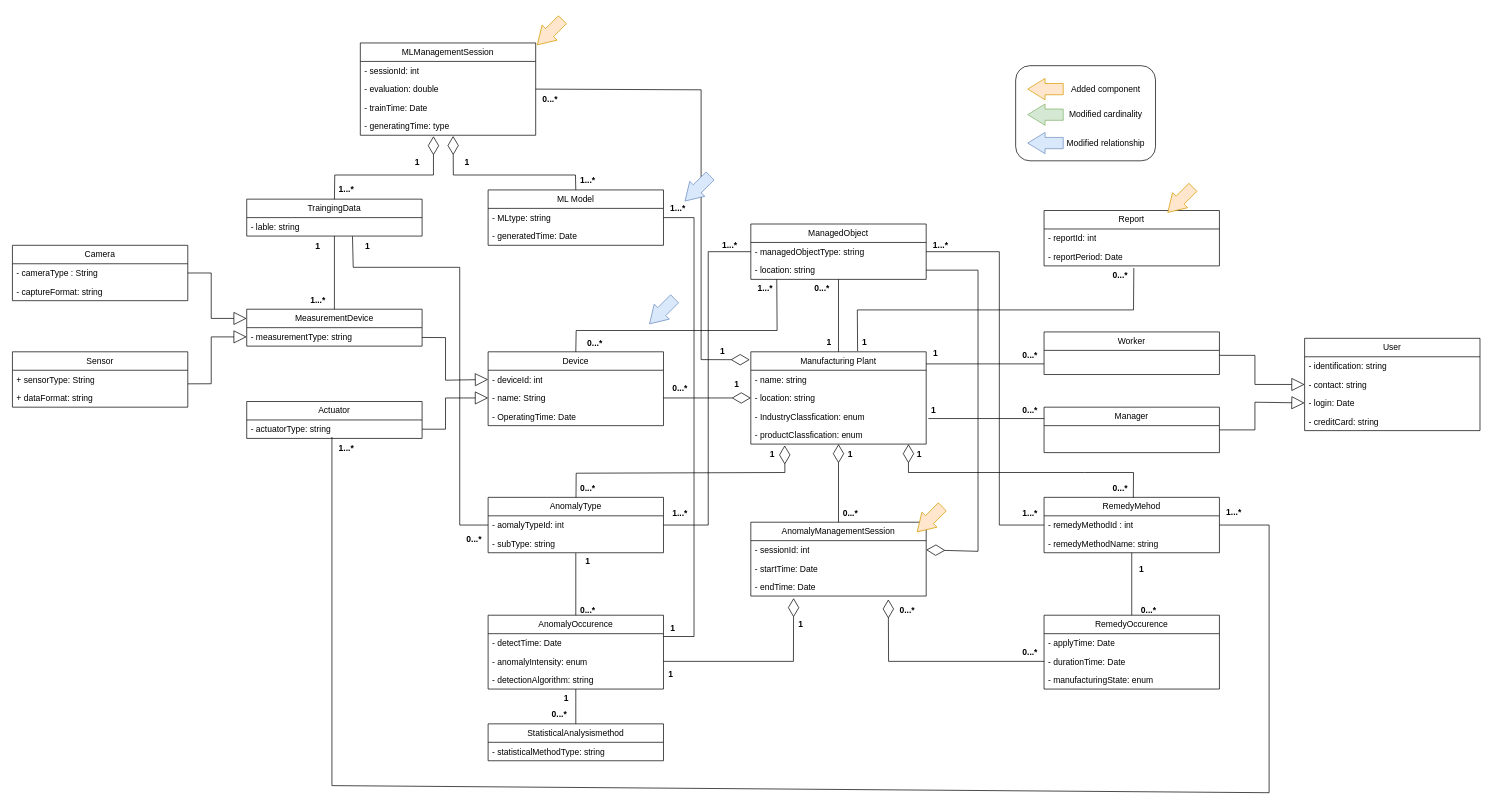
Earlier version of the draw.io diagram class_diagram_refine2.drawio (ShineSoYoung/TEST). Source tidied: cells renumbered, new cells numbered last; positions are measured from the earlier drawing's top-left corner, leaving out a move shared by most shapes. Both pictures are drawn from the tidied source at 71%, with x=0, y=0 at pixel (12, 21).
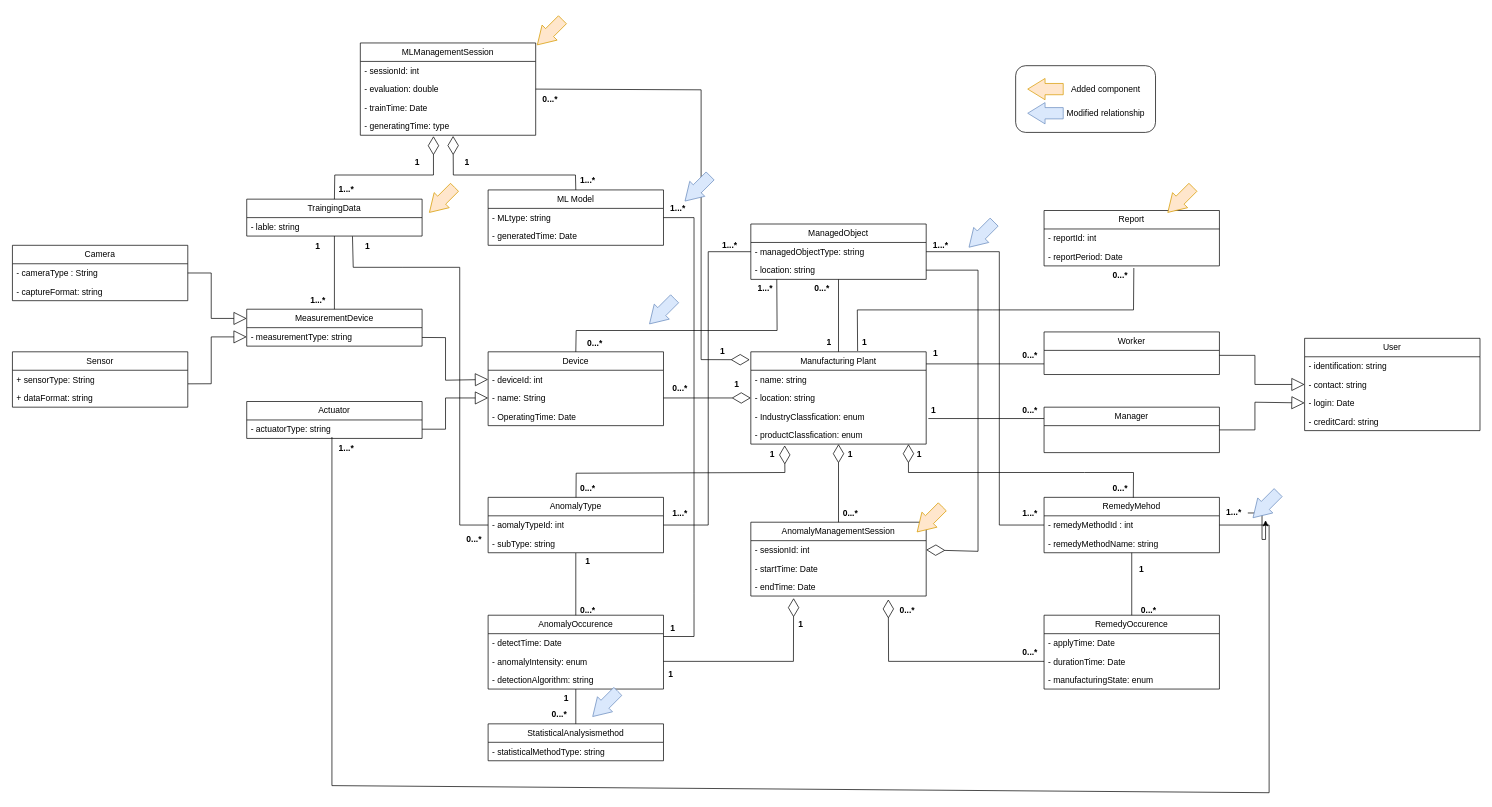
The same diagram, later.

The change refers to these unchanged cells:
```xml
<mxCell id="104" value="1...*" style="text;align=center;fontStyle=1;verticalAlign=middle;spacingLeft=3;spacingRight=3;points=[[0,0.5],[1,0.5]];portConstraint=eastwest;html=1;" parent="1" vertex="1">
  <mxGeometry x="1700" y="679" width="40" height="26" as="geometry" />
</mxCell>
```

Change to the diagram source:
```diff
@@
+    <mxCell id="152" style="edgeStyle=orthogonalEdgeStyle;rounded=0;jettySize=auto;html=1;" parent="1" edge="1" source="104" target="155">
+      <mxGeometry relative="1" as="geometry" />
+    </mxCell>
@@
     <mxCell id="138" style="rounded=1;whiteSpace=wrap;html=1;" parent="1" vertex="1">
-      <mxGeometry x="1413" y="62" width="197" height="134" as="geometry" />
+      <mxGeometry x="1413" y="62" width="197" height="94" as="geometry" />
     </mxCell>
@@
-    <mxCell id="140" style="html=1;shadow=0;dashed=0;align=center;verticalAlign=middle;shape=mxgraph.arrows2.arrow;dy=0.47;dx=24.41;flipH=1;notch=0;fillColor=#d5e8d4;strokeColor=#82b366;" parent="1" vertex="1">
-      <mxGeometry x="1430" y="116" width="50" height="30" as="geometry" />
-    </mxCell>
     <mxCell id="141" style="html=1;shadow=0;dashed=0;align=center;verticalAlign=middle;shape=mxgraph.arrows2.arrow;dy=0.47;dx=24.41;flipH=1;notch=0;fillColor=#dae8fc;strokeColor=#6c8ebf;" parent="1" vertex="1">
-      <mxGeometry x="1430" y="156" width="50" height="30" as="geometry" />
+      <mxGeometry x="1430" y="114" width="50" height="30" as="geometry" />
     </mxCell>
@@
-    <mxCell id="143" value="Modified cardinality" style="text;html=1;strokeColor=none;fillColor=none;align=center;verticalAlign=middle;whiteSpace=wrap;rounded=0;" parent="1" vertex="1">
-      <mxGeometry x="1480" y="116" width="120" height="30" as="geometry" />
-    </mxCell>
     <mxCell id="144" value="Modified relationship" style="text;html=1;strokeColor=none;fillColor=none;align=center;verticalAlign=middle;whiteSpace=wrap;rounded=0;" parent="1" vertex="1">
-      <mxGeometry x="1480" y="156" width="120" height="30" as="geometry" />
+      <mxGeometry x="1480" y="114" width="120" height="30" as="geometry" />
     </mxCell>
@@
+    <mxCell id="153" style="html=1;shadow=0;dashed=0;align=center;verticalAlign=middle;shape=mxgraph.arrows2.arrow;dy=0.47;dx=24.41;flipH=1;notch=0;fillColor=#dae8fc;strokeColor=#6c8ebf;rotation=-45;" parent="1" vertex="1">
+      <mxGeometry x="1340" y="285" width="50" height="30" as="geometry" />
+    </mxCell>
+    <mxCell id="154" style="html=1;shadow=0;dashed=0;align=center;verticalAlign=middle;shape=mxgraph.arrows2.arrow;dy=0.47;dx=24.41;flipH=1;notch=0;fillColor=#ffe6cc;strokeColor=#d79b00;rotation=-45;" parent="1" vertex="1">
+      <mxGeometry x="580" y="236" width="50" height="30" as="geometry" />
+    </mxCell>
+    <mxCell id="155" style="html=1;shadow=0;dashed=0;align=center;verticalAlign=middle;shape=mxgraph.arrows2.arrow;dy=0.47;dx=24.41;flipH=1;notch=0;fillColor=#dae8fc;strokeColor=#6c8ebf;rotation=-45;" parent="1" vertex="1">
+      <mxGeometry x="1740" y="666" width="50" height="30" as="geometry" />
+    </mxCell>
+    <mxCell id="156" style="html=1;shadow=0;dashed=0;align=center;verticalAlign=middle;shape=mxgraph.arrows2.arrow;dy=0.47;dx=24.41;flipH=1;notch=0;fillColor=#dae8fc;strokeColor=#6c8ebf;rotation=-45;" parent="1" vertex="1">
+      <mxGeometry x="810" y="946" width="50" height="30" as="geometry" />
+    </mxCell>
```
